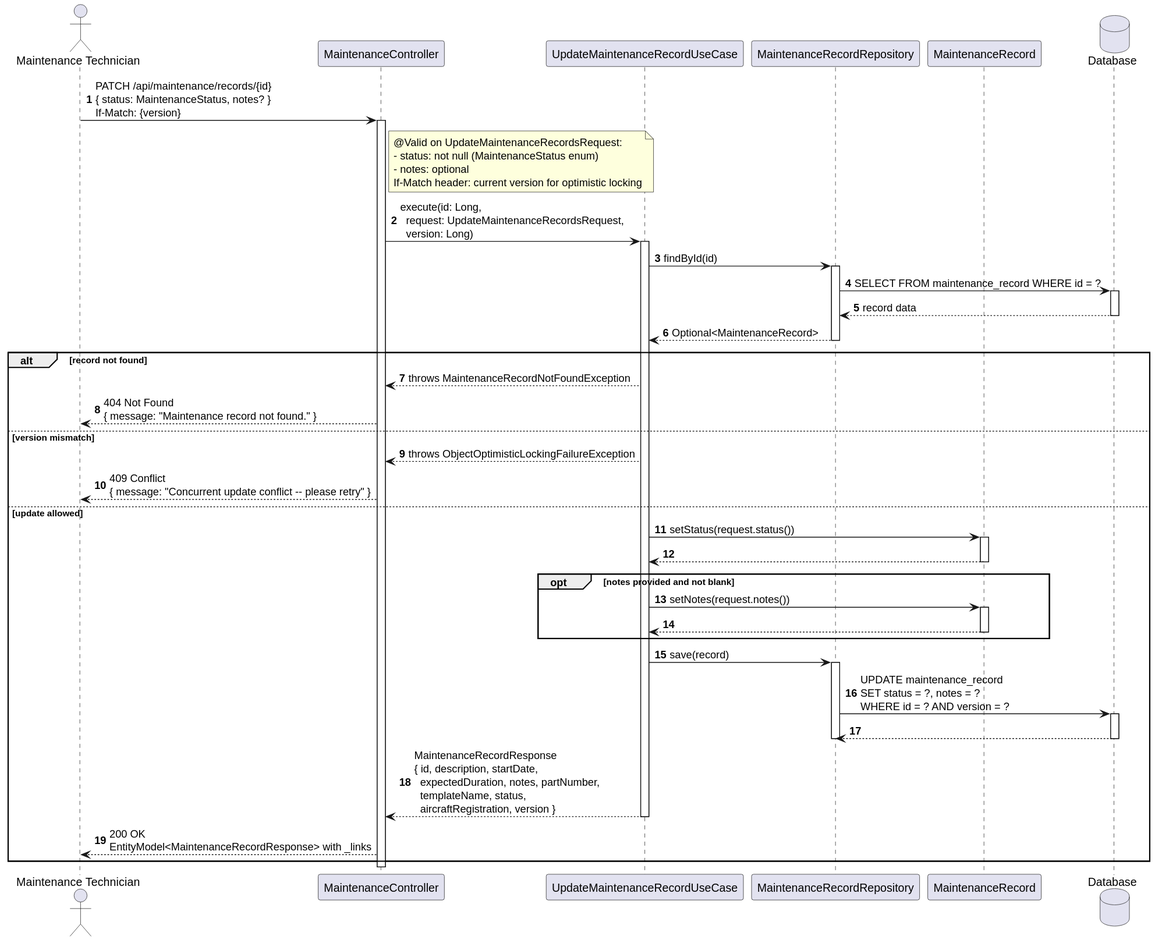
The PlantUML diagram docs/system-documentation/use-cases/WP4A/US119/svg/sd_us119.svg in VascoMagolo/psoft_1231562_1241692_1242036_2db, before a commit.
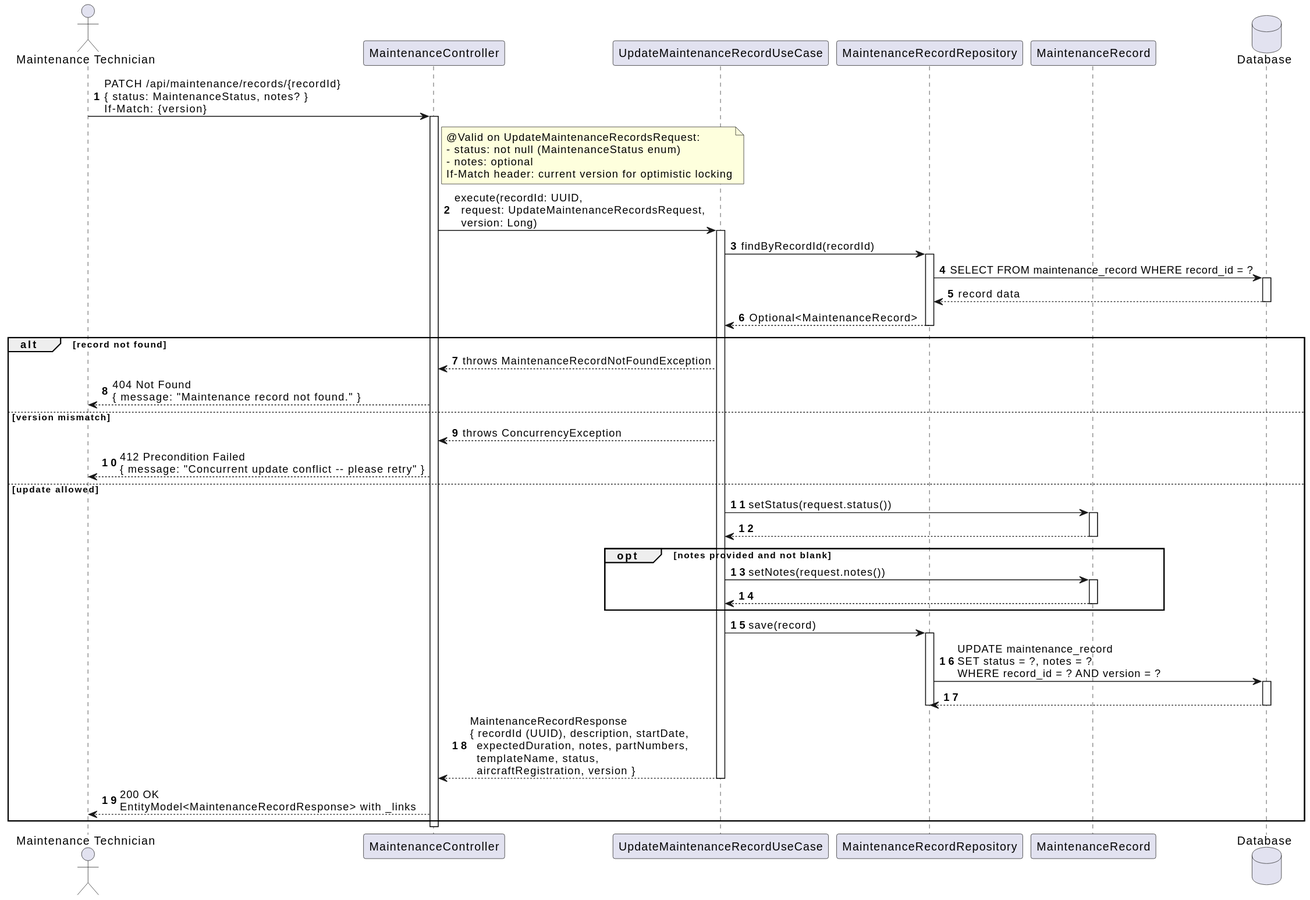
Above is the later version.

Change to the diagram source:
```diff
@@ -7,7 +7,7 @@
 participant "MaintenanceRecord" as Entity
 database "Database" as DB
 
-MT -> Ctrl : PATCH /api/maintenance/records/{id}\n{ status: MaintenanceStatus, notes? }\nIf-Match: {version}
+MT -> Ctrl : PATCH /api/maintenance/records/{recordId}\n{ status: MaintenanceStatus, notes? }\nIf-Match: {version}
 activate Ctrl
 
 note right of Ctrl
@@ -17,12 +17,12 @@
   If-Match header: current version for optimistic locking
 end note
 
-Ctrl -> UC : execute(id: Long,\n  request: UpdateMaintenanceRecordsRequest,\n  version: Long)
+Ctrl -> UC : execute(recordId: UUID,\n  request: UpdateMaintenanceRecordsRequest,\n  version: Long)
 activate UC
 
-UC -> Repo : findById(id)
+UC -> Repo : findByRecordId(recordId)
 activate Repo
-Repo -> DB : SELECT FROM maintenance_record WHERE id = ?
+Repo -> DB : SELECT FROM maintenance_record WHERE record_id = ?
 activate DB
 DB --> Repo : record data
 deactivate DB
@@ -33,8 +33,8 @@
   UC --> Ctrl : throws MaintenanceRecordNotFoundException
   Ctrl --> MT : 404 Not Found\n{ message: "Maintenance record not found." }
 else version mismatch
-  UC --> Ctrl : throws ObjectOptimisticLockingFailureException
-  Ctrl --> MT : 409 Conflict\n{ message: "Concurrent update conflict -- please retry" }
+  UC --> Ctrl : throws ConcurrencyException
+  Ctrl --> MT : 412 Precondition Failed\n{ message: "Concurrent update conflict -- please retry" }
 else update allowed
   UC -> Entity : setStatus(request.status())
   activate Entity
@@ -50,13 +50,13 @@
 
   UC -> Repo : save(record)
   activate Repo
-  Repo -> DB : UPDATE maintenance_record\nSET status = ?, notes = ?\nWHERE id = ? AND version = ?
+  Repo -> DB : UPDATE maintenance_record\nSET status = ?, notes = ?\nWHERE record_id = ? AND version = ?
   activate DB
   DB --> Repo
   deactivate DB
   deactivate Repo
 
-  UC --> Ctrl : MaintenanceRecordResponse\n{ id, description, startDate,\n  expectedDuration, notes, partNumber,\n  templateName, status,\n  aircraftRegistration, version }
+  UC --> Ctrl : MaintenanceRecordResponse\n{ recordId (UUID), description, startDate,\n  expectedDuration, notes, partNumbers,\n  templateName, status,\n  aircraftRegistration, version }
   deactivate UC
   Ctrl --> MT : 200 OK\nEntityModel<MaintenanceRecordResponse> with _links
 end
```
